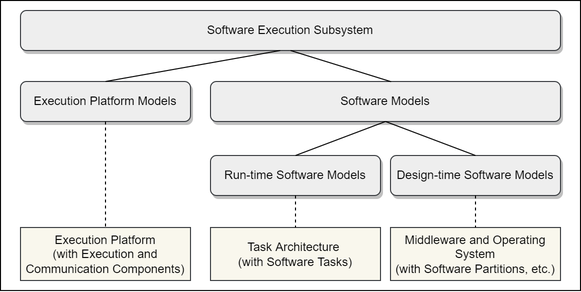
spesml/spesml.github.io keeps this draw.io diagram as 2_Concepts/3_ModelingFramework/images/technical_viewpoint/SES_Overview.png. Above is the earlier version. Source tidied: cells renumbered, new cells last; positions are measured from the earlier drawing's top-left corner, leaving out a move shared by most shapes.
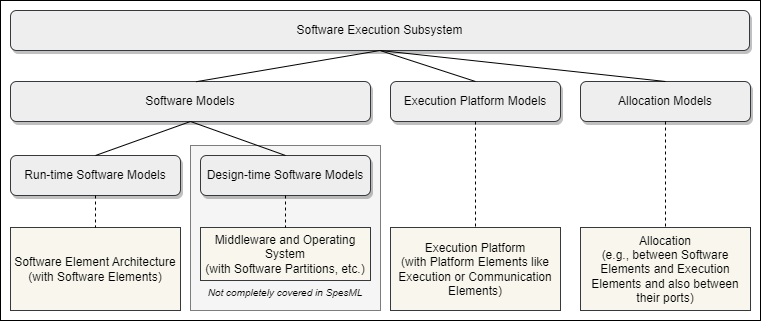
The same diagram one commit later.

The edit, as a diff of the source:
```diff
@@ -2,37 +2,40 @@
   <root>
     <mxCell id="0" />
     <mxCell id="1" parent="0" />
+    <mxCell id="18" value="&lt;i style=&quot;font-size: 10px;&quot;&gt;&lt;br&gt;&lt;br&gt;&lt;br&gt;&lt;br&gt;&lt;br&gt;&lt;br&gt;&lt;br&gt;&lt;br&gt;&lt;br&gt;Not completely covered in SpesML&lt;/i&gt;" style="rounded=0;whiteSpace=wrap;html=1;fillColor=#F5F5F5;dashed=1;dashPattern=1 1;" parent="1" vertex="1">
+      <mxGeometry x="121" y="145" width="190" height="165" as="geometry" />
+    </mxCell>
     <mxCell id="2" style="rounded=0;whiteSpace=wrap;html=1;shadow=0;glass=0;sketch=0;fillColor=none;" parent="1" vertex="1">
-      <mxGeometry width="580" height="290" as="geometry" />
+      <mxGeometry x="-69" width="760" height="320" as="geometry" />
     </mxCell>
     <mxCell id="3" value="Software Execution Subsystem" style="rounded=1;whiteSpace=wrap;html=1;glass=0;sketch=0;shadow=1;fillColor=#eeeeee;strokeColor=#36393d;" parent="1" vertex="1">
-      <mxGeometry x="20" y="10" width="540" height="40" as="geometry" />
+      <mxGeometry x="-59" y="10" width="739" height="40" as="geometry" />
     </mxCell>
     <mxCell id="4" value="Execution Platform Models" style="rounded=1;whiteSpace=wrap;html=1;glass=0;sketch=0;shadow=1;fillColor=#eeeeee;strokeColor=#36393d;" parent="1" vertex="1">
-      <mxGeometry x="20" y="81" width="170" height="40" as="geometry" />
+      <mxGeometry x="321" y="81" width="170" height="40" as="geometry" />
     </mxCell>
     <mxCell id="5" value="Software Models" style="rounded=1;whiteSpace=wrap;html=1;glass=0;sketch=0;shadow=1;fillColor=#eeeeee;strokeColor=#36393d;" parent="1" vertex="1">
-      <mxGeometry x="210" y="81" width="350" height="40" as="geometry" />
+      <mxGeometry x="-59" y="81" width="360" height="40" as="geometry" />
     </mxCell>
     <mxCell id="6" value="Run-time Software Models" style="rounded=1;whiteSpace=wrap;html=1;glass=0;sketch=0;shadow=1;fillColor=#eeeeee;strokeColor=#36393d;" parent="1" vertex="1">
-      <mxGeometry x="210" y="155" width="170" height="40" as="geometry" />
+      <mxGeometry x="-59" y="155" width="170" height="40" as="geometry" />
     </mxCell>
     <mxCell id="7" value="Design-time Software Models" style="rounded=1;whiteSpace=wrap;html=1;glass=0;sketch=0;shadow=1;fillColor=#eeeeee;strokeColor=#36393d;" parent="1" vertex="1">
-      <mxGeometry x="390" y="155" width="170" height="40" as="geometry" />
+      <mxGeometry x="131" y="155" width="170" height="40" as="geometry" />
     </mxCell>
-    <mxCell id="8" value="Execution Platform&lt;br&gt;(with Execution and Communication Components)" style="rounded=0;whiteSpace=wrap;html=1;fillColor=#f9f7ed;strokeColor=#36393d;" parent="1" vertex="1">
-      <mxGeometry x="20" y="227" width="170" height="53" as="geometry" />
+    <mxCell id="8" value="Execution Platform&lt;br&gt;(with Platform Elements like Execution or Communication Elements)" style="rounded=0;whiteSpace=wrap;html=1;fillColor=#f9f7ed;strokeColor=#36393d;" parent="1" vertex="1">
+      <mxGeometry x="321" y="227" width="170" height="83" as="geometry" />
     </mxCell>
-    <mxCell id="9" value="Task Architecture &lt;br&gt;(with Software Tasks)" style="rounded=0;whiteSpace=wrap;html=1;fillColor=#f9f7ed;strokeColor=#36393d;" parent="1" vertex="1">
-      <mxGeometry x="210" y="227" width="170" height="53" as="geometry" />
+    <mxCell id="9" value="Software Element Architecture &lt;br&gt;(with Software Elements)" style="rounded=0;whiteSpace=wrap;html=1;fillColor=#f9f7ed;strokeColor=#36393d;" parent="1" vertex="1">
+      <mxGeometry x="-59" y="227" width="170" height="83" as="geometry" />
     </mxCell>
     <mxCell id="10" value="Middleware and Operating System&lt;br&gt;(with Software Partitions, etc.)" style="rounded=0;whiteSpace=wrap;html=1;fillColor=#f9f7ed;strokeColor=#36393d;" parent="1" vertex="1">
-      <mxGeometry x="390" y="227" width="170" height="53" as="geometry" />
+      <mxGeometry x="131" y="227" width="170" height="53" as="geometry" />
     </mxCell>
-    <mxCell id="11" style="endArrow=none;html=1;rounded=0;entryX=0.5;entryY=0;entryDx=0;entryDy=0;exitX=0.481;exitY=1;exitDx=0;exitDy=0;exitPerimeter=0;" parent="1" edge="1" source="3" target="4">
+    <mxCell id="11" style="endArrow=none;html=1;rounded=0;entryX=0.5;entryY=0;entryDx=0;entryDy=0;exitX=0.5;exitY=1;exitDx=0;exitDy=0;" parent="1" edge="1" source="3" target="4">
       <mxGeometry relative="1" as="geometry" />
     </mxCell>
-    <mxCell id="12" style="endArrow=none;html=1;rounded=0;entryX=0.516;entryY=0.005;entryDx=0;entryDy=0;exitX=0.5;exitY=1;exitDx=0;exitDy=0;entryPerimeter=0;" parent="1" edge="1" source="3" target="5">
+    <mxCell id="12" style="endArrow=none;html=1;rounded=0;entryX=0.516;entryY=0.005;entryDx=0;entryDy=0;entryPerimeter=0;exitX=0.5;exitY=1;exitDx=0;exitDy=0;" parent="1" edge="1" source="3" target="5">
       <mxGeometry relative="1" as="geometry" />
     </mxCell>
     <mxCell id="13" style="endArrow=none;html=1;rounded=0;entryX=0.5;entryY=0;entryDx=0;entryDy=0;exitX=0.5;exitY=1;exitDx=0;exitDy=0;" parent="1" edge="1" source="5" target="6">
@@ -50,5 +53,17 @@
     <mxCell id="17" style="endArrow=none;html=1;rounded=0;exitX=0.5;exitY=1;exitDx=0;exitDy=0;entryX=0.5;entryY=0;entryDx=0;entryDy=0;dashed=1;" parent="1" edge="1" source="4" target="8">
       <mxGeometry relative="1" as="geometry" />
     </mxCell>
+    <mxCell id="19" value="Allocation Models" style="rounded=1;whiteSpace=wrap;html=1;glass=0;sketch=0;shadow=1;fillColor=#eeeeee;strokeColor=#36393d;" parent="1" vertex="1">
+      <mxGeometry x="511" y="81" width="170" height="40" as="geometry" />
+    </mxCell>
+    <mxCell id="20" value="Allocation&lt;br&gt;(e.g., between Software Elements and Execution Elements and also between their ports)" style="rounded=0;whiteSpace=wrap;html=1;fillColor=#f9f7ed;strokeColor=#36393d;" parent="1" vertex="1">
+      <mxGeometry x="511" y="227" width="170" height="83" as="geometry" />
+    </mxCell>
+    <mxCell id="21" style="endArrow=none;html=1;rounded=0;exitX=0.5;exitY=1;exitDx=0;exitDy=0;entryX=0.5;entryY=0;entryDx=0;entryDy=0;dashed=1;" parent="1" edge="1" source="19" target="20">
+      <mxGeometry relative="1" as="geometry" />
+    </mxCell>
+    <mxCell id="22" style="endArrow=none;html=1;rounded=0;entryX=0.5;entryY=0;entryDx=0;entryDy=0;exitX=0.5;exitY=1;exitDx=0;exitDy=0;" parent="1" edge="1" source="3" target="19">
+      <mxGeometry relative="1" as="geometry" />
+    </mxCell>
   </root>
 </mxGraphModel>
```
